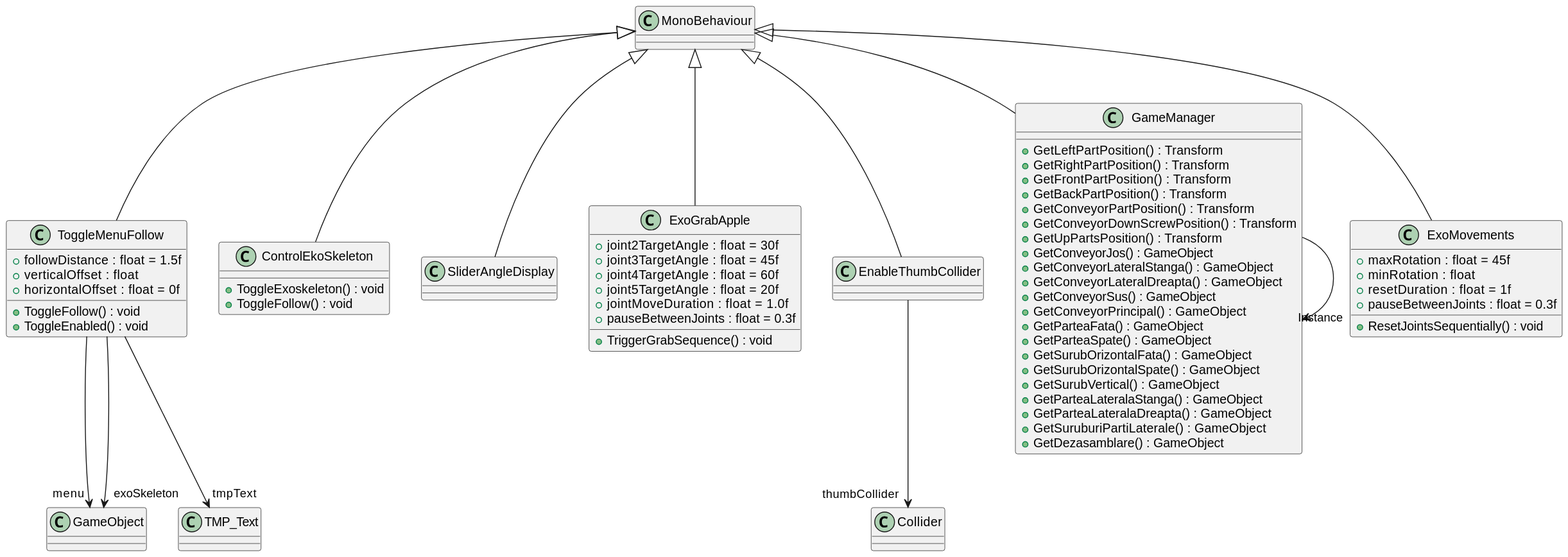
Before: UML/include.svg, a diagram exported from PlantUML (Chiriac21/disertatie). Source of this version:
```plantuml
@startuml
class ToggleMenuFollow {
    + followDistance : float = 1.5f
    + verticalOffset : float
    + horizontalOffset : float = 0f
    + ToggleFollow() : void
    + ToggleEnabled() : void
}
MonoBehaviour <|-- ToggleMenuFollow
ToggleMenuFollow --> "menu" GameObject
ToggleMenuFollow --> "exoSkeleton" GameObject
ToggleMenuFollow --> "tmpText" TMP_Text
class ControlEkoSkeleton {
    + ToggleExoskeleton() : void
    + ToggleFollow() : void
}
MonoBehaviour <|-- ControlEkoSkeleton
class SliderAngleDisplay {
}
MonoBehaviour <|-- SliderAngleDisplay
class ExoGrabApple {
    + joint2TargetAngle : float = 30f
    + joint3TargetAngle : float = 45f
    + joint4TargetAngle : float = 60f
    + joint5TargetAngle : float = 20f
    + jointMoveDuration : float = 1.0f
    + pauseBetweenJoints : float = 0.3f
    + TriggerGrabSequence() : void
}
MonoBehaviour <|-- ExoGrabApple
class EnableThumbCollider {
}
MonoBehaviour <|-- EnableThumbCollider
EnableThumbCollider --> "thumbCollider" Collider
class GameManager {
    + GetLeftPartPosition() : Transform
    + GetRightPartPosition() : Transform
    + GetFrontPartPosition() : Transform
    + GetBackPartPosition() : Transform
    + GetConveyorPartPosition() : Transform
    + GetConveyorDownScrewPosition() : Transform
    + GetUpPartsPosition() : Transform
    + GetConveyorJos() : GameObject
    + GetConveyorLateralStanga() : GameObject
    + GetConveyorLateralDreapta() : GameObject
    + GetConveyorSus() : GameObject
    + GetConveyorPrincipal() : GameObject
    + GetParteaFata() : GameObject
    + GetParteaSpate() : GameObject
    + GetSurubOrizontalFata() : GameObject
    + GetSurubOrizontalSpate() : GameObject
    + GetSurubVertical() : GameObject
    + GetParteaLateralaStanga() : GameObject
    + GetParteaLateralaDreapta() : GameObject
    + GetSuruburiPartiLaterale() : GameObject
    + GetDezasamblare() : GameObject
}
MonoBehaviour <|-- GameManager
GameManager --> "Instance" GameManager
class ExoMovements {
    + maxRotation : float = 45f
    + minRotation : float
    + resetDuration : float = 1f
    + pauseBetweenJoints : float = 0.3f
    + ResetJointsSequentially() : void
}
MonoBehaviour <|-- ExoMovements
@enduml
```
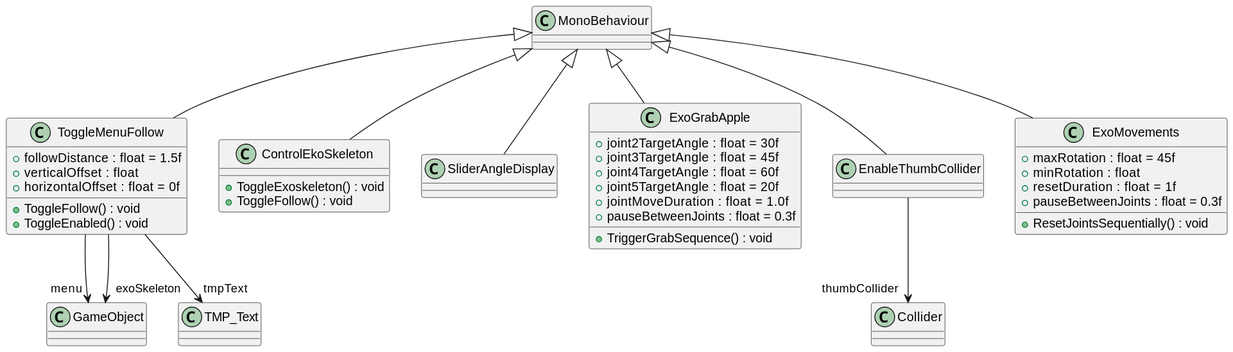
The same file after the commit.

Commit message:
Generate UML (Generate UML)

The edit, as a diff of the source:
```diff
@@ -32,31 +32,6 @@
 }
 MonoBehaviour <|-- EnableThumbCollider
 EnableThumbCollider --> "thumbCollider" Collider
-class GameManager {
-    + GetLeftPartPosition() : Transform
-    + GetRightPartPosition() : Transform
-    + GetFrontPartPosition() : Transform
-    + GetBackPartPosition() : Transform
-    + GetConveyorPartPosition() : Transform
-    + GetConveyorDownScrewPosition() : Transform
-    + GetUpPartsPosition() : Transform
-    + GetConveyorJos() : GameObject
-    + GetConveyorLateralStanga() : GameObject
-    + GetConveyorLateralDreapta() : GameObject
-    + GetConveyorSus() : GameObject
-    + GetConveyorPrincipal() : GameObject
-    + GetParteaFata() : GameObject
-    + GetParteaSpate() : GameObject
-    + GetSurubOrizontalFata() : GameObject
-    + GetSurubOrizontalSpate() : GameObject
-    + GetSurubVertical() : GameObject
-    + GetParteaLateralaStanga() : GameObject
-    + GetParteaLateralaDreapta() : GameObject
-    + GetSuruburiPartiLaterale() : GameObject
-    + GetDezasamblare() : GameObject
-}
-MonoBehaviour <|-- GameManager
-GameManager --> "Instance" GameManager
 class ExoMovements {
     + maxRotation : float = 45f
     + minRotation : float
```
